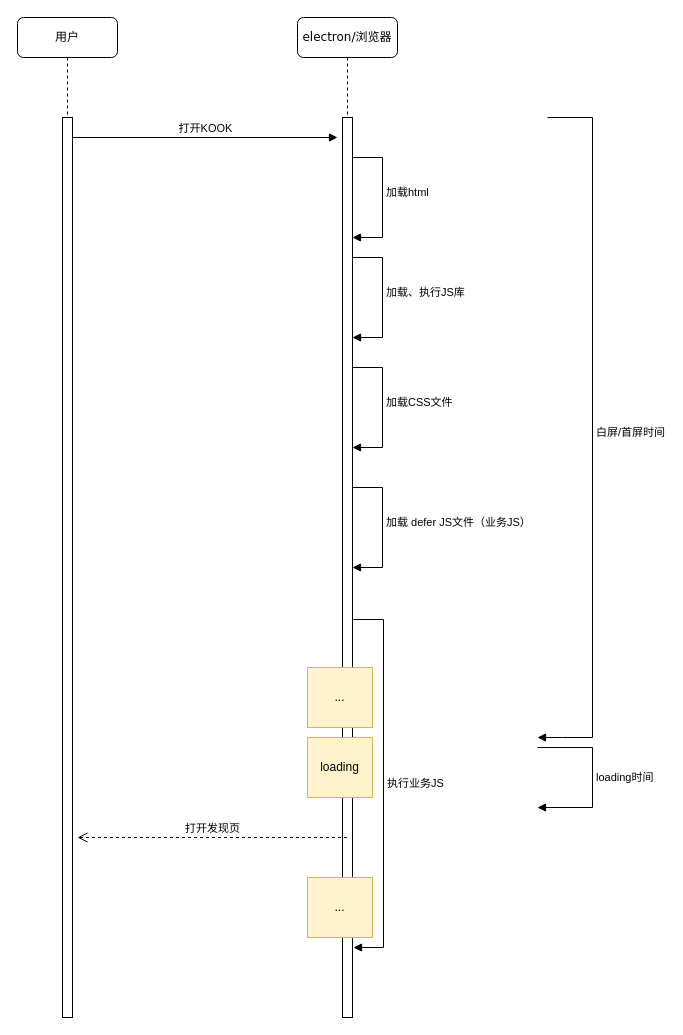
Earlier version of the draw.io diagram KOOK启动.drawio (ccccccp/draw-io). Source tidied: cells renumbered, new cells numbered last; positions are measured from the earlier drawing's top-left corner, leaving out a move shared by most shapes. Both pictures are drawn from the tidied source at 100%, with x=0, y=0 at pixel (17, 17).
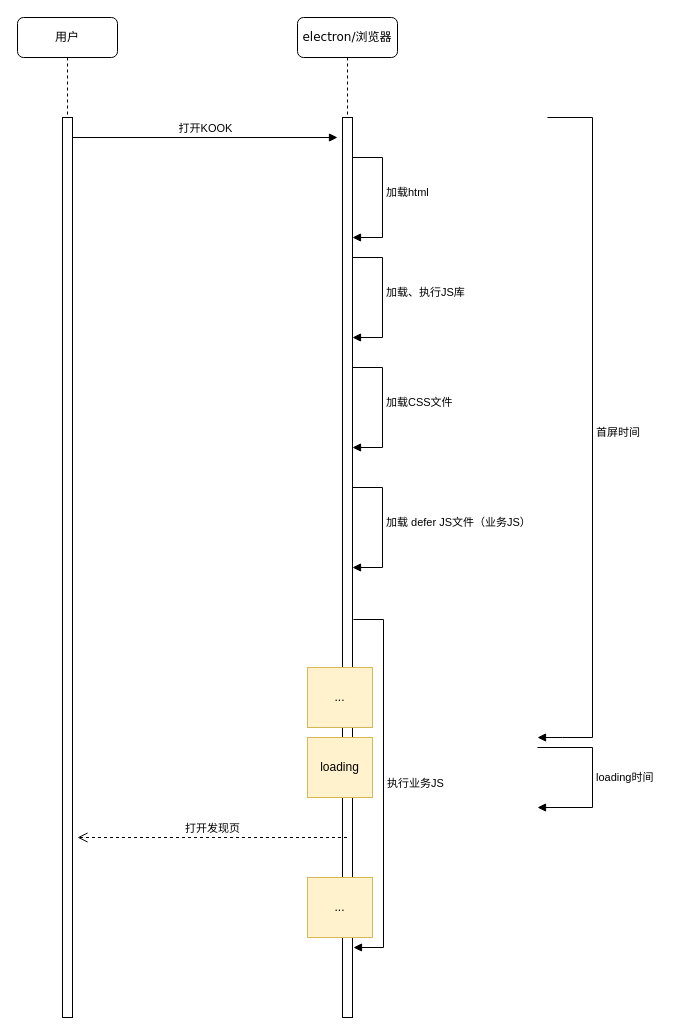
Above is the later version.

The edit, as a diff of the source:
```diff
@@
-    <mxCell id="16" value="白屏/首屏时间" style="html=1;align=left;spacingLeft=2;endArrow=block;rounded=0;edgeStyle=orthogonalEdgeStyle;curved=0;rounded=0;" parent="1" edge="1">
+    <mxCell id="16" value="首屏时间" style="html=1;align=left;spacingLeft=2;endArrow=block;rounded=0;edgeStyle=orthogonalEdgeStyle;curved=0;rounded=0;" parent="1" edge="1">
       <mxGeometry relative="1" as="geometry">
         <mxPoint x="530" y="100" as="sourcePoint" />
         <mxPoint x="520" y="720" as="targetPoint" />
         <Array as="points">
           <mxPoint x="575" y="100" />
           <mxPoint x="575" y="720" />
           <mxPoint x="545" y="720" />
         </Array>
       </mxGeometry>
     </mxCell>
```
